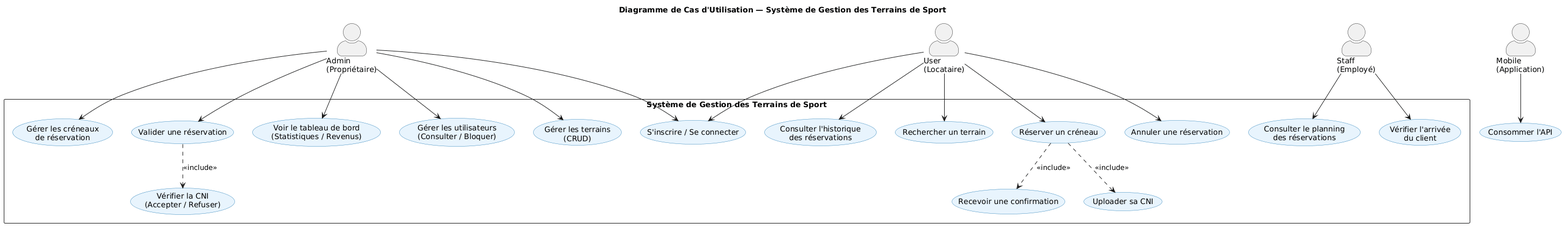
Above: Presentation/images/use-case.png in Adnane-x87/ProMatch (PlantUML), before the change.
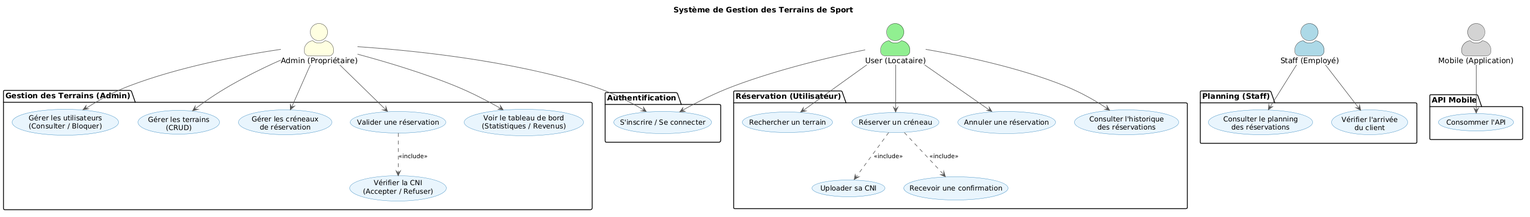
Above is the later version.

Commit message:
docs(images): update use-case diagrams in presentation and rapport folders

Diff of the diagram source:
```diff
@@ -1,35 +1,50 @@
 @startuml
-title Diagramme de Cas d'Utilisation — Système de Gestion des Terrains de Sport
-
+top to bottom direction
 skinparam actorStyle awesome
 skinparam usecase {
-    BackgroundColor #E8F4FD
-    BorderColor #2980B9
+  BackgroundColor #E8F4FD
+  BorderColor #2980B9
+  FontSize 13
+}
+skinparam ArrowColor #555555
+skinparam ArrowFontSize 11
+
+title Système de Gestion des Terrains de Sport
+
+actor "Admin (Propriétaire)" as Admin #lightyellow
+actor "User (Locataire)"     as User  #lightgreen
+actor "Staff (Employé)"      as Staff #lightblue
+actor "Mobile (Application)" as Mobile #lightgray
+
+package "Authentification" {
+  usecase "S'inscrire / Se connecter" as UC1
 }
 
-actor "Admin\n(Propriétaire)" as Admin
-actor "User\n(Locataire)" as User
-actor "Staff\n(Employé)" as Staff
+package "Gestion des Terrains (Admin)" {
+  usecase "Gérer les terrains\n(CRUD)" as UC2
+  usecase "Gérer les créneaux\nde réservation" as UC3
+  usecase "Valider une réservation" as UC4
+  usecase "Vérifier la CNI\n(Accepter / Refuser)" as UC5
+  usecase "Voir le tableau de bord\n(Statistiques / Revenus)" as UC6
+  usecase "Gérer les utilisateurs\n(Consulter / Bloquer)" as UC7
+}
 
-rectangle "Système de Gestion des Terrains de Sport" {
+package "Réservation (Utilisateur)" {
+  usecase "Rechercher un terrain" as UC8
+  usecase "Réserver un créneau" as UC9
+  usecase "Uploader sa CNI" as UC10
+  usecase "Recevoir une confirmation" as UC11
+  usecase "Annuler une réservation" as UC12
+  usecase "Consulter l'historique\ndes réservations" as UC13
+}
 
-    usecase "S'inscrire / Se connecter" as UC1
-    usecase "Gérer les terrains\n(CRUD)" as UC2
-    usecase "Gérer les créneaux\nde réservation" as UC3
-    usecase "Valider une réservation" as UC4
-    usecase "Vérifier la CNI\n(Accepter / Refuser)" as UC5
-    usecase "Voir le tableau de bord\n(Statistiques / Revenus)" as UC6
-    usecase "Gérer les utilisateurs\n(Consulter / Bloquer)" as UC7
+package "Planning (Staff)" {
+  usecase "Consulter le planning\ndes réservations" as UC14
+  usecase "Vérifier l'arrivée\ndu client" as UC15
+}
 
-    usecase "Rechercher un terrain" as UC8
-    usecase "Réserver un créneau" as UC9
-    usecase "Uploader sa CNI" as UC10
-    usecase "Recevoir une confirmation" as UC11
-    usecase "Annuler une réservation" as UC12
-    usecase "Consulter l'historique\ndes réservations" as UC13
-
-    usecase "Consulter le planning\ndes réservations" as UC14
-    usecase "Vérifier l'arrivée\ndu client" as UC15
+package "API Mobile" {
+  usecase "Consommer l'API" as UC16
 }
 
 Admin --> UC1
@@ -38,20 +53,19 @@
 Admin --> UC4
 Admin --> UC6
 Admin --> UC7
-UC4 ..> UC5 : <<include>>
 
 User --> UC1
 User --> UC8
 User --> UC9
 User --> UC12
 User --> UC13
-UC9 ..> UC10 : <<include>>
-UC9 ..> UC11 : <<include>>
 
 Staff --> UC14
 Staff --> UC15
 
-actor "Mobile\n(Application)" as Mobile
-usecase "Consommer l'API" as UC16
 Mobile --> UC16
+
+UC4  ..> UC5  : <<include>>
+UC9  ..> UC10 : <<include>>
+UC9  ..> UC11 : <<include>>
 @enduml
```
